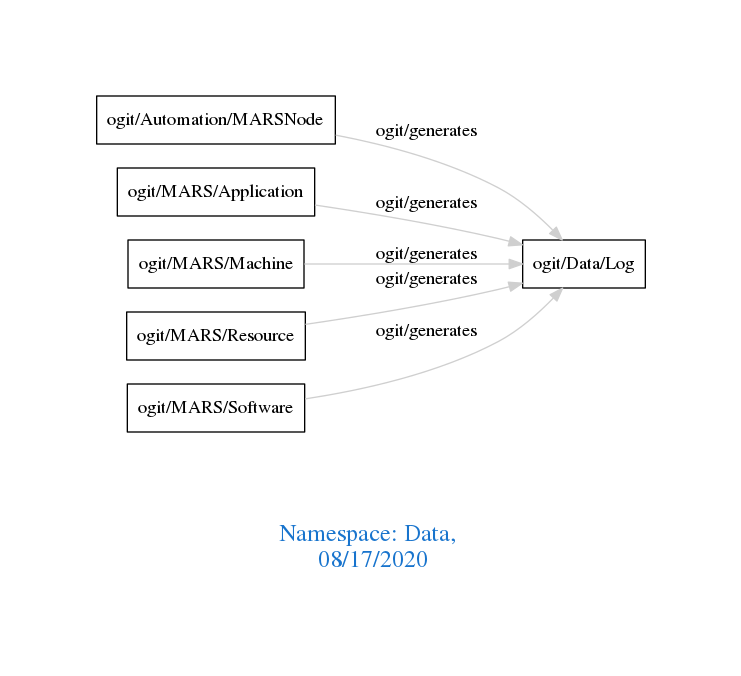
Earlier version of the Graphviz export downloads/Data.png (arago/OGIT). Its source is kept beside it as downloads/Data.dot.
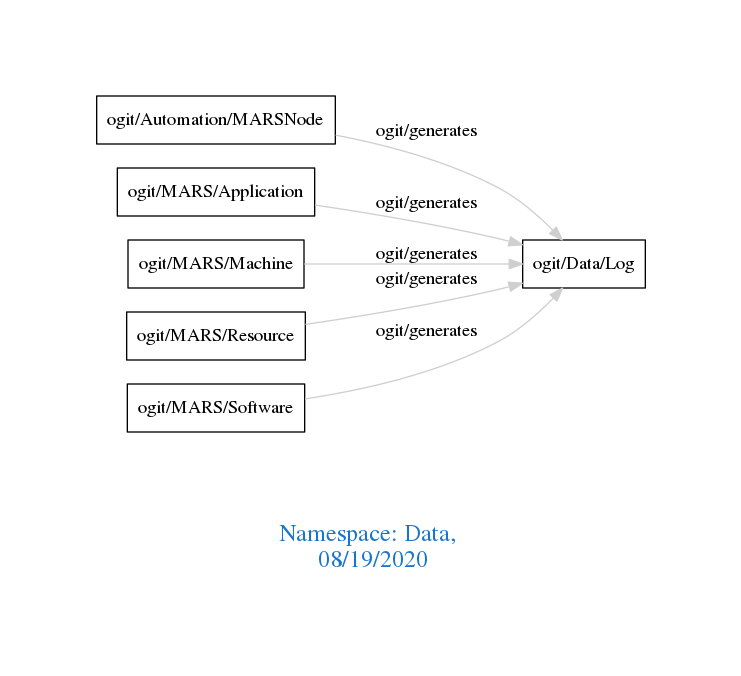
After the change.

Diff of the diagram source:
```diff
@@ -1,7 +1,7 @@
 digraph OGIT_ontology {
  graph [ rankdir= LR,pad=1
 fontsize = 18,
-fontcolor= dodgerblue3,label = "\n\n\nNamespace: Data, \n 08/17/2020"];
+fontcolor= dodgerblue3,label = "\n\n\nNamespace: Data, \n 08/19/2020"];
 node[shape=polygon];
 edge [  color="gray81"];
 
```
